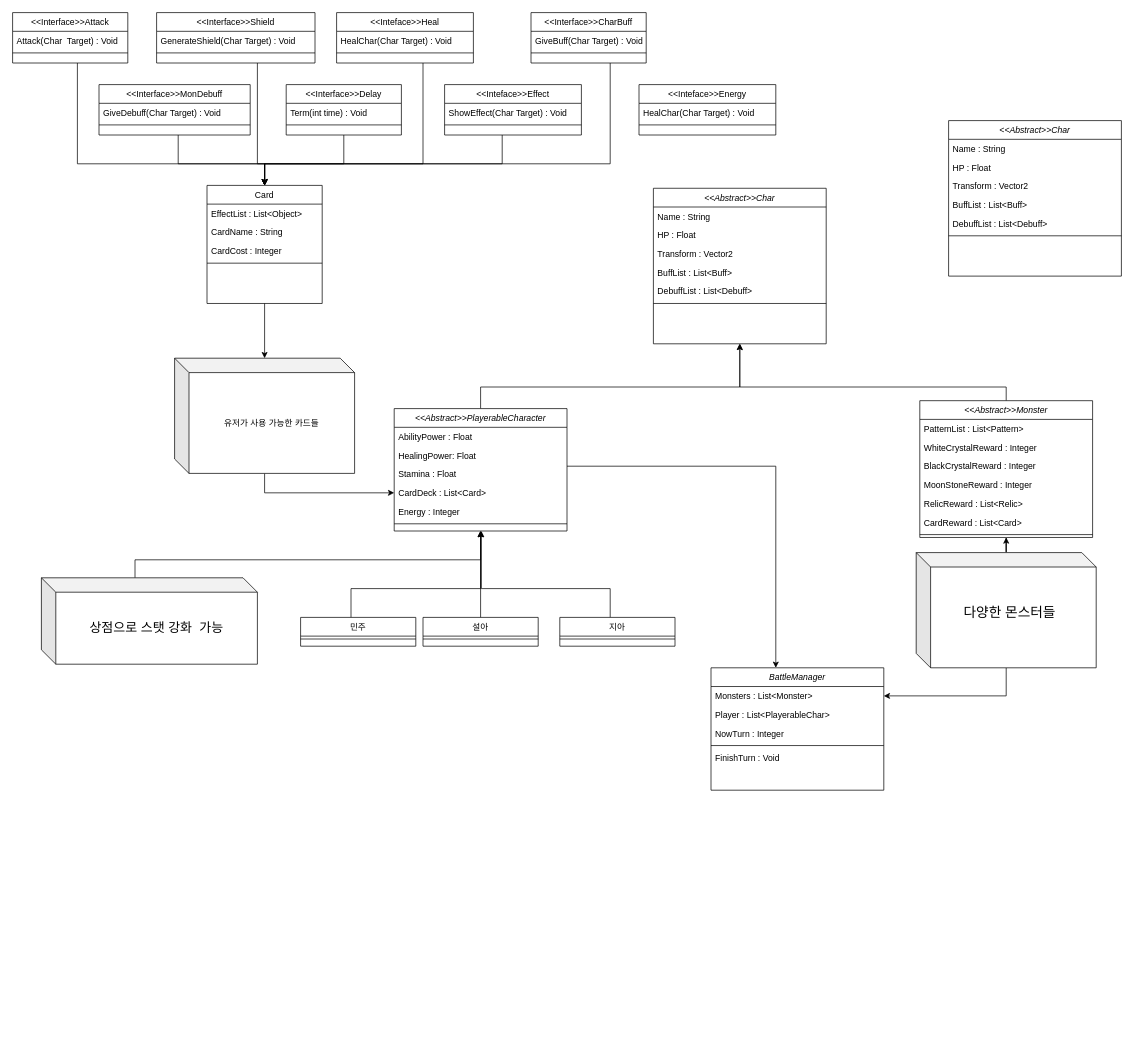
Earlier version of the draw.io diagram 제목 없는 다이어그램.drawio (nilbace/SoliD). Source tidied: cells renumbered, new cells numbered last; positions are measured from the earlier drawing's top-left corner, leaving out a move shared by most shapes. Both pictures are drawn from the tidied source at 72%, with x=0, y=0 at pixel (12, 12).
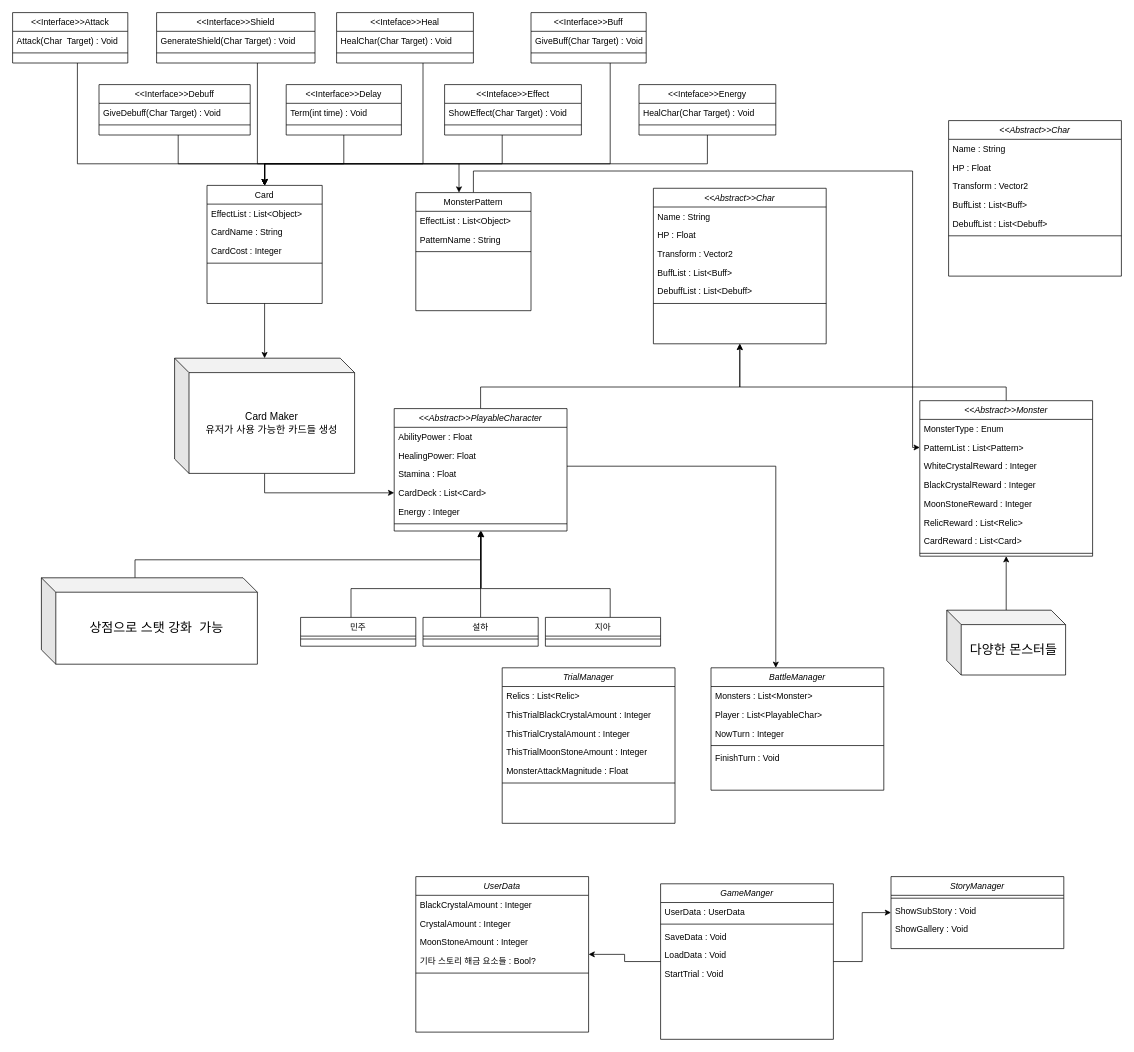
After the change.

The change refers to these unchanged cells:
```xml
<mxCell id="21" value="Card" style="swimlane;fontStyle=0;align=center;verticalAlign=top;horizontal=1;startSize=26;rounded=0;shadow=0;strokeWidth=1;" parent="1" vertex="1">
  <mxGeometry x="270" y="240" width="160" height="164" as="geometry" />
</mxCell>
<mxCell id="76" value="BattleManager" style="swimlane;fontStyle=2;align=center;verticalAlign=top;horizontal=1;startSize=26;rounded=0;shadow=0;strokeWidth=1;" parent="1" vertex="1">
  <mxGeometry x="970" y="910" width="240" height="170" as="geometry" />
</mxCell>
<mxCell id="77" value="Monsters : List&lt;Monster&gt;" style="text;align=left;verticalAlign=top;spacingLeft=4;spacingRight=4;overflow=hidden;points=[[0,0.5],[1,0.5]];portConstraint=eastwest;rounded=0;shadow=0;html=0;" parent="76" vertex="1">
  <mxGeometry y="26" width="240" height="26" as="geometry" />
</mxCell>
<mxCell id="89" value="&lt;&lt;Inteface&gt;&gt;Energy" style="swimlane;fontStyle=0;align=center;verticalAlign=top;horizontal=1;startSize=26;rounded=0;shadow=0;strokeWidth=1;" parent="1" vertex="1">
  <mxGeometry x="870" y="100" width="190" height="70" as="geometry" />
</mxCell>
```

What changed in the source:
```diff
@@
-    <mxCell id="4" value="&lt;&lt;Abstract&gt;&gt;PlayerableCharacter&#10;" style="swimlane;fontStyle=2;align=center;verticalAlign=top;horizontal=1;startSize=26;rounded=0;shadow=0;strokeWidth=1;" parent="1" vertex="1">
+    <mxCell id="4" value="&lt;&lt;Abstract&gt;&gt;PlayableCharacter&#10;" style="swimlane;fontStyle=2;align=center;verticalAlign=top;horizontal=1;startSize=26;rounded=0;shadow=0;strokeWidth=1;" parent="1" vertex="1">
       <mxGeometry x="530" y="550" width="240" height="170" as="geometry" />
     </mxCell>
@@
-    <mxCell id="15" value="설아" style="swimlane;fontStyle=0;align=center;verticalAlign=top;horizontal=1;startSize=26;rounded=0;shadow=0;strokeWidth=1;" parent="1" vertex="1">
+    <mxCell id="15" value="설하" style="swimlane;fontStyle=0;align=center;verticalAlign=top;horizontal=1;startSize=26;rounded=0;shadow=0;strokeWidth=1;" parent="1" vertex="1">
       <mxGeometry x="570" y="840" width="160" height="40" as="geometry" />
     </mxCell>
@@
     <mxCell id="18" value="지아" style="swimlane;fontStyle=0;align=center;verticalAlign=top;horizontal=1;startSize=26;rounded=0;shadow=0;strokeWidth=1;" parent="1" vertex="1">
-      <mxGeometry x="760" y="840" width="160" height="40" as="geometry" />
+      <mxGeometry x="740" y="840" width="160" height="40" as="geometry" />
     </mxCell>
@@
-    <mxCell id="39" value="&lt;&lt;Interface&gt;&gt;CharBuff" style="swimlane;fontStyle=0;align=center;verticalAlign=top;horizontal=1;startSize=26;rounded=0;shadow=0;strokeWidth=1;" parent="1" vertex="1">
+    <mxCell id="39" value="&lt;&lt;Interface&gt;&gt;Buff" style="swimlane;fontStyle=0;align=center;verticalAlign=top;horizontal=1;startSize=26;rounded=0;shadow=0;strokeWidth=1;" parent="1" vertex="1">
       <mxGeometry x="720" width="160" height="70" as="geometry" />
     </mxCell>
@@
-    <mxCell id="43" value="&lt;&lt;Interface&gt;&gt;MonDebuff" style="swimlane;fontStyle=0;align=center;verticalAlign=top;horizontal=1;startSize=26;rounded=0;shadow=0;strokeWidth=1;" parent="1" vertex="1">
+    <mxCell id="43" value="&lt;&lt;Interface&gt;&gt;Debuff" style="swimlane;fontStyle=0;align=center;verticalAlign=top;horizontal=1;startSize=26;rounded=0;shadow=0;strokeWidth=1;" parent="1" vertex="1">
       <mxGeometry x="120" y="100" width="210" height="70" as="geometry" />
     </mxCell>
@@
-    <mxCell id="55" value="유저가 사용 가능한 카드들" style="shape=cube;whiteSpace=wrap;html=1;boundedLbl=1;backgroundOutline=1;darkOpacity=0.05;darkOpacity2=0.1;" parent="1" vertex="1">
+    <mxCell id="55" value="&lt;font style=&quot;font-size: 14px;&quot;&gt;Card Maker&lt;br&gt;&lt;/font&gt;&lt;div style=&quot;font-size: 14px;&quot;&gt;&lt;font style=&quot;font-size: 14px;&quot;&gt;유저가 사용 가능한 카드들 생성&lt;/font&gt;&lt;/div&gt;" style="shape=cube;whiteSpace=wrap;html=1;boundedLbl=1;backgroundOutline=1;darkOpacity=0.05;darkOpacity2=0.1;" parent="1" vertex="1">
       <mxGeometry x="225" y="480" width="250" height="160" as="geometry" />
     </mxCell>
@@
     <mxCell id="64" value="&lt;&lt;Abstract&gt;&gt;Monster" style="swimlane;fontStyle=2;align=center;verticalAlign=top;horizontal=1;startSize=26;rounded=0;shadow=0;strokeWidth=1;" parent="1" vertex="1">
-      <mxGeometry x="1260" y="539" width="240" height="190" as="geometry" />
+      <mxGeometry x="1260" y="539" width="240" height="216" as="geometry" />
     </mxCell>
+    <mxCell id="94" value="MonsterType : Enum" style="text;align=left;verticalAlign=top;spacingLeft=4;spacingRight=4;overflow=hidden;rounded=0;shadow=0;html=0;" parent="64" vertex="1">
+      <mxGeometry y="26" width="240" height="26" as="geometry" />
+    </mxCell>
     <mxCell id="65" value="PatternList : List&lt;Pattern&gt;" style="text;align=left;verticalAlign=top;spacingLeft=4;spacingRight=4;overflow=hidden;points=[[0,0.5],[1,0.5]];portConstraint=eastwest;rounded=0;shadow=0;html=0;" parent="64" vertex="1">
-      <mxGeometry y="26" width="240" height="26" as="geometry" />
+      <mxGeometry y="52" width="240" height="26" as="geometry" />
     </mxCell>
     <mxCell id="66" value="WhiteCrystalReward : Integer" style="text;align=left;verticalAlign=top;spacingLeft=4;spacingRight=4;overflow=hidden;rounded=0;shadow=0;html=0;" parent="64" vertex="1">
-      <mxGeometry y="52" width="240" height="26" as="geometry" />
+      <mxGeometry y="78" width="240" height="26" as="geometry" />
     </mxCell>
     <mxCell id="67" value="BlackCrystalReward : Integer" style="text;align=left;verticalAlign=top;spacingLeft=4;spacingRight=4;overflow=hidden;rounded=0;shadow=0;html=0;" parent="64" vertex="1">
-      <mxGeometry y="78" width="240" height="26" as="geometry" />
+      <mxGeometry y="104" width="240" height="26" as="geometry" />
     </mxCell>
     <mxCell id="68" value="MoonStoneReward : Integer" style="text;align=left;verticalAlign=top;spacingLeft=4;spacingRight=4;overflow=hidden;rounded=0;shadow=0;html=0;" parent="64" vertex="1">
-      <mxGeometry y="104" width="240" height="26" as="geometry" />
+      <mxGeometry y="130" width="240" height="26" as="geometry" />
     </mxCell>
     <mxCell id="69" value="RelicReward : List&lt;Relic&gt;" style="text;align=left;verticalAlign=top;spacingLeft=4;spacingRight=4;overflow=hidden;rounded=0;shadow=0;html=0;" parent="64" vertex="1">
-      <mxGeometry y="130" width="240" height="26" as="geometry" />
+      <mxGeometry y="156" width="240" height="26" as="geometry" />
     </mxCell>
     <mxCell id="70" value="CardReward : List&lt;Card&gt;" style="text;align=left;verticalAlign=top;spacingLeft=4;spacingRight=4;overflow=hidden;rounded=0;shadow=0;html=0;" parent="64" vertex="1">
-      <mxGeometry y="156" width="240" height="26" as="geometry" />
+      <mxGeometry y="182" width="240" height="26" as="geometry" />
     </mxCell>
     <mxCell id="71" style="line;html=1;strokeWidth=1;align=left;verticalAlign=middle;spacingTop=-1;spacingLeft=3;spacingRight=3;labelPosition=right;" parent="64" vertex="1">
-      <mxGeometry y="182" width="240" height="8" as="geometry" />
+      <mxGeometry y="208" width="240" height="8" as="geometry" />
     </mxCell>
@@
-    <mxCell id="73" style="edgeStyle=orthogonalEdgeStyle;rounded=0;jettySize=auto;html=1;" parent="1" edge="1" source="74" target="77">
-      <mxGeometry relative="1" as="geometry" />
-    </mxCell>
-    <mxCell id="74" style="shape=cube;whiteSpace=wrap;html=1;boundedLbl=1;backgroundOutline=1;darkOpacity=0.05;darkOpacity2=0.1;" parent="1" vertex="1">
-      <mxGeometry x="1255" y="750" width="250" height="160" as="geometry" />
+    <mxCell id="74" value="&lt;font style=&quot;font-size: 18px;&quot;&gt;다양한 몬스터들&lt;/font&gt;" style="shape=cube;whiteSpace=wrap;html=1;boundedLbl=1;backgroundOutline=1;darkOpacity=0.05;darkOpacity2=0.1;" parent="1" vertex="1">
+      <mxGeometry x="1297.5" y="830" width="165" height="90" as="geometry" />
     </mxCell>
-    <mxCell id="75" value="&lt;font style=&quot;font-size: 19px;&quot;&gt;다양한 몬스터들&lt;/font&gt;&lt;div style=&quot;font-size: 19px;&quot;&gt;&lt;br&gt;&lt;/div&gt;" style="text;html=1;align=center;verticalAlign=middle;whiteSpace=wrap;rounded=0;" parent="1" vertex="1">
-      <mxGeometry x="1285" y="800" width="200" height="90" as="geometry" />
-    </mxCell>
@@
-    <mxCell id="78" value="Player : List&lt;PlayerableChar&gt;" style="text;align=left;verticalAlign=top;spacingLeft=4;spacingRight=4;overflow=hidden;rounded=0;shadow=0;html=0;" parent="76" vertex="1">
+    <mxCell id="78" value="Player : List&lt;PlayableChar&gt;" style="text;align=left;verticalAlign=top;spacingLeft=4;spacingRight=4;overflow=hidden;rounded=0;shadow=0;html=0;" parent="76" vertex="1">
       <mxGeometry y="52" width="240" height="26" as="geometry" />
     </mxCell>
@@
+    <mxCell id="95" style="edgeStyle=orthogonalEdgeStyle;rounded=0;jettySize=auto;html=1;" parent="1" edge="1" source="89" target="21">
+      <mxGeometry relative="1" as="geometry">
+        <Array as="points">
+          <mxPoint x="965" y="210" />
+          <mxPoint x="350" y="210" />
+        </Array>
+      </mxGeometry>
+    </mxCell>
@@
+    <mxCell id="96" value="TrialManager" style="swimlane;fontStyle=2;align=center;verticalAlign=top;horizontal=1;startSize=26;rounded=0;shadow=0;strokeWidth=1;" parent="1" vertex="1">
+      <mxGeometry x="680" y="910" width="240" height="216" as="geometry" />
+    </mxCell>
+    <mxCell id="97" value="Relics : List&lt;Relic&gt;" style="text;align=left;verticalAlign=top;spacingLeft=4;spacingRight=4;overflow=hidden;rounded=0;shadow=0;html=0;" parent="96" vertex="1">
+      <mxGeometry y="26" width="240" height="26" as="geometry" />
+    </mxCell>
+    <mxCell id="98" value="ThisTrialBlackCrystalAmount : Integer" style="text;align=left;verticalAlign=top;spacingLeft=4;spacingRight=4;overflow=hidden;rounded=0;shadow=0;html=0;" parent="96" vertex="1">
+      <mxGeometry y="52" width="240" height="26" as="geometry" />
+    </mxCell>
+    <mxCell id="99" value="ThisTrialCrystalAmount : Integer" style="text;align=left;verticalAlign=top;spacingLeft=4;spacingRight=4;overflow=hidden;rounded=0;shadow=0;html=0;" parent="96" vertex="1">
+      <mxGeometry y="78" width="240" height="26" as="geometry" />
+    </mxCell>
+    <mxCell id="100" value="ThisTrialMoonStoneAmount : Integer" style="text;align=left;verticalAlign=top;spacingLeft=4;spacingRight=4;overflow=hidden;rounded=0;shadow=0;html=0;" parent="96" vertex="1">
+      <mxGeometry y="104" width="240" height="26" as="geometry" />
+    </mxCell>
+    <mxCell id="101" value="MonsterAttackMagnitude : Float" style="text;align=left;verticalAlign=top;spacingLeft=4;spacingRight=4;overflow=hidden;rounded=0;shadow=0;html=0;" parent="96" vertex="1">
+      <mxGeometry y="130" width="240" height="26" as="geometry" />
+    </mxCell>
+    <mxCell id="102" style="line;html=1;strokeWidth=1;align=left;verticalAlign=middle;spacingTop=-1;spacingLeft=3;spacingRight=3;labelPosition=right;" parent="96" vertex="1">
+      <mxGeometry y="156" width="240" height="8" as="geometry" />
+    </mxCell>
+    <mxCell id="103" style="edgeStyle=orthogonalEdgeStyle;rounded=0;jettySize=auto;html=1;" parent="1" edge="1" source="105" target="117">
+      <mxGeometry relative="1" as="geometry" />
+    </mxCell>
+    <mxCell id="104" style="edgeStyle=orthogonalEdgeStyle;rounded=0;jettySize=auto;html=1;" parent="1" edge="1" source="105" target="111">
+      <mxGeometry relative="1" as="geometry" />
+    </mxCell>
+    <mxCell id="105" value="GameManger" style="swimlane;fontStyle=2;align=center;verticalAlign=top;horizontal=1;startSize=26;rounded=0;shadow=0;strokeWidth=1;" parent="1" vertex="1">
+      <mxGeometry x="900" y="1210" width="240" height="216" as="geometry" />
+    </mxCell>
+    <mxCell id="106" value="UserData : UserData" style="text;align=left;verticalAlign=top;spacingLeft=4;spacingRight=4;overflow=hidden;rounded=0;shadow=0;html=0;" parent="105" vertex="1">
+      <mxGeometry y="26" width="240" height="26" as="geometry" />
+    </mxCell>
+    <mxCell id="107" style="line;html=1;strokeWidth=1;align=left;verticalAlign=middle;spacingTop=-1;spacingLeft=3;spacingRight=3;labelPosition=right;" parent="105" vertex="1">
+      <mxGeometry y="52" width="240" height="8" as="geometry" />
+    </mxCell>
+    <mxCell id="108" value="SaveData : Void" style="text;align=left;verticalAlign=top;spacingLeft=4;spacingRight=4;overflow=hidden;rounded=0;shadow=0;html=0;" parent="105" vertex="1">
+      <mxGeometry y="60" width="240" height="26" as="geometry" />
+    </mxCell>
+    <mxCell id="109" value="LoadData : Void" style="text;align=left;verticalAlign=top;spacingLeft=4;spacingRight=4;overflow=hidden;rounded=0;shadow=0;html=0;" parent="105" vertex="1">
+      <mxGeometry y="86" width="240" height="26" as="geometry" />
+    </mxCell>
+    <mxCell id="110" value="StartTrial : Void" style="text;align=left;verticalAlign=top;spacingLeft=4;spacingRight=4;overflow=hidden;rounded=0;shadow=0;html=0;" parent="105" vertex="1">
+      <mxGeometry y="112" width="240" height="26" as="geometry" />
+    </mxCell>
+    <mxCell id="111" value="UserData" style="swimlane;fontStyle=2;align=center;verticalAlign=top;horizontal=1;startSize=26;rounded=0;shadow=0;strokeWidth=1;" parent="1" vertex="1">
+      <mxGeometry x="560" y="1200" width="240" height="216" as="geometry" />
+    </mxCell>
+    <mxCell id="112" value="BlackCrystalAmount : Integer" style="text;align=left;verticalAlign=top;spacingLeft=4;spacingRight=4;overflow=hidden;rounded=0;shadow=0;html=0;" parent="111" vertex="1">
+      <mxGeometry y="26" width="240" height="26" as="geometry" />
+    </mxCell>
+    <mxCell id="113" value="CrystalAmount : Integer" style="text;align=left;verticalAlign=top;spacingLeft=4;spacingRight=4;overflow=hidden;rounded=0;shadow=0;html=0;" parent="111" vertex="1">
+      <mxGeometry y="52" width="240" height="26" as="geometry" />
+    </mxCell>
+    <mxCell id="114" value="MoonStoneAmount : Integer" style="text;align=left;verticalAlign=top;spacingLeft=4;spacingRight=4;overflow=hidden;rounded=0;shadow=0;html=0;" parent="111" vertex="1">
+      <mxGeometry y="78" width="240" height="26" as="geometry" />
+    </mxCell>
+    <mxCell id="115" value="기타 스토리 해금 요소들 : Bool?" style="text;align=left;verticalAlign=top;spacingLeft=4;spacingRight=4;overflow=hidden;rounded=0;shadow=0;html=0;" parent="111" vertex="1">
+      <mxGeometry y="104" width="240" height="26" as="geometry" />
+    </mxCell>
+    <mxCell id="116" style="line;html=1;strokeWidth=1;align=left;verticalAlign=middle;spacingTop=-1;spacingLeft=3;spacingRight=3;labelPosition=right;" parent="111" vertex="1">
+      <mxGeometry y="130" width="240" height="8" as="geometry" />
+    </mxCell>
+    <mxCell id="117" value="StoryManager" style="swimlane;fontStyle=2;align=center;verticalAlign=top;horizontal=1;startSize=26;rounded=0;shadow=0;strokeWidth=1;" parent="1" vertex="1">
+      <mxGeometry x="1220" y="1200" width="240" height="100" as="geometry" />
+    </mxCell>
+    <mxCell id="118" style="line;html=1;strokeWidth=1;align=left;verticalAlign=middle;spacingTop=-1;spacingLeft=3;spacingRight=3;labelPosition=right;" parent="117" vertex="1">
+      <mxGeometry y="26" width="240" height="8" as="geometry" />
+    </mxCell>
+    <mxCell id="119" value="ShowSubStory : Void" style="text;align=left;verticalAlign=top;spacingLeft=4;spacingRight=4;overflow=hidden;rounded=0;shadow=0;html=0;" parent="117" vertex="1">
+      <mxGeometry y="34" width="240" height="26" as="geometry" />
+    </mxCell>
+    <mxCell id="120" value="ShowGallery : Void" style="text;align=left;verticalAlign=top;spacingLeft=4;spacingRight=4;overflow=hidden;rounded=0;shadow=0;html=0;" parent="117" vertex="1">
+      <mxGeometry y="60" width="240" height="26" as="geometry" />
+    </mxCell>
+    <mxCell id="121" style="endArrow=classic;html=1;rounded=0;" parent="1" edge="1">
+      <mxGeometry relative="1" as="geometry">
+        <mxPoint x="620" y="210" as="sourcePoint" />
+        <mxPoint x="620" y="250" as="targetPoint" />
+      </mxGeometry>
+    </mxCell>
+    <mxCell id="122" style="edgeStyle=orthogonalEdgeStyle;rounded=0;jettySize=auto;html=1;" parent="1" edge="1" source="123" target="65">
+      <mxGeometry relative="1" as="geometry">
+        <Array as="points">
+          <mxPoint x="640" y="220" />
+          <mxPoint x="1250" y="220" />
+          <mxPoint x="1250" y="604" />
+        </Array>
+      </mxGeometry>
+    </mxCell>
+    <mxCell id="123" value="MonsterPattern" style="swimlane;fontStyle=0;align=center;verticalAlign=top;horizontal=1;startSize=26;rounded=0;shadow=0;strokeWidth=1;" parent="1" vertex="1">
+      <mxGeometry x="560" y="250" width="160" height="164" as="geometry" />
+    </mxCell>
+    <mxCell id="124" value="EffectList : List&lt;Object&gt;" style="text;align=left;verticalAlign=top;spacingLeft=4;spacingRight=4;overflow=hidden;" parent="123" vertex="1">
+      <mxGeometry y="26" width="160" height="26" as="geometry" />
+    </mxCell>
+    <mxCell id="125" value="PatternName : String" style="text;align=left;verticalAlign=top;spacingLeft=4;spacingRight=4;overflow=hidden;" parent="123" vertex="1">
+      <mxGeometry y="52" width="160" height="26" as="geometry" />
+    </mxCell>
+    <mxCell id="126" style="line;html=1;strokeWidth=1;align=left;verticalAlign=middle;spacingTop=-1;spacingLeft=3;spacingRight=3;labelPosition=right;" parent="123" vertex="1">
+      <mxGeometry y="78" width="160" height="8" as="geometry" />
+    </mxCell>
+    <mxCell id="127" style="edgeStyle=orthogonalEdgeStyle;rounded=0;jettySize=auto;html=1;strokeColor=none;" parent="1" edge="1" source="65" target="123">
+      <mxGeometry relative="1" as="geometry">
+        <Array as="points">
+          <mxPoint x="1220" y="578" />
+          <mxPoint x="1220" y="230" />
+          <mxPoint x="640" y="230" />
+        </Array>
+      </mxGeometry>
+    </mxCell>
```
